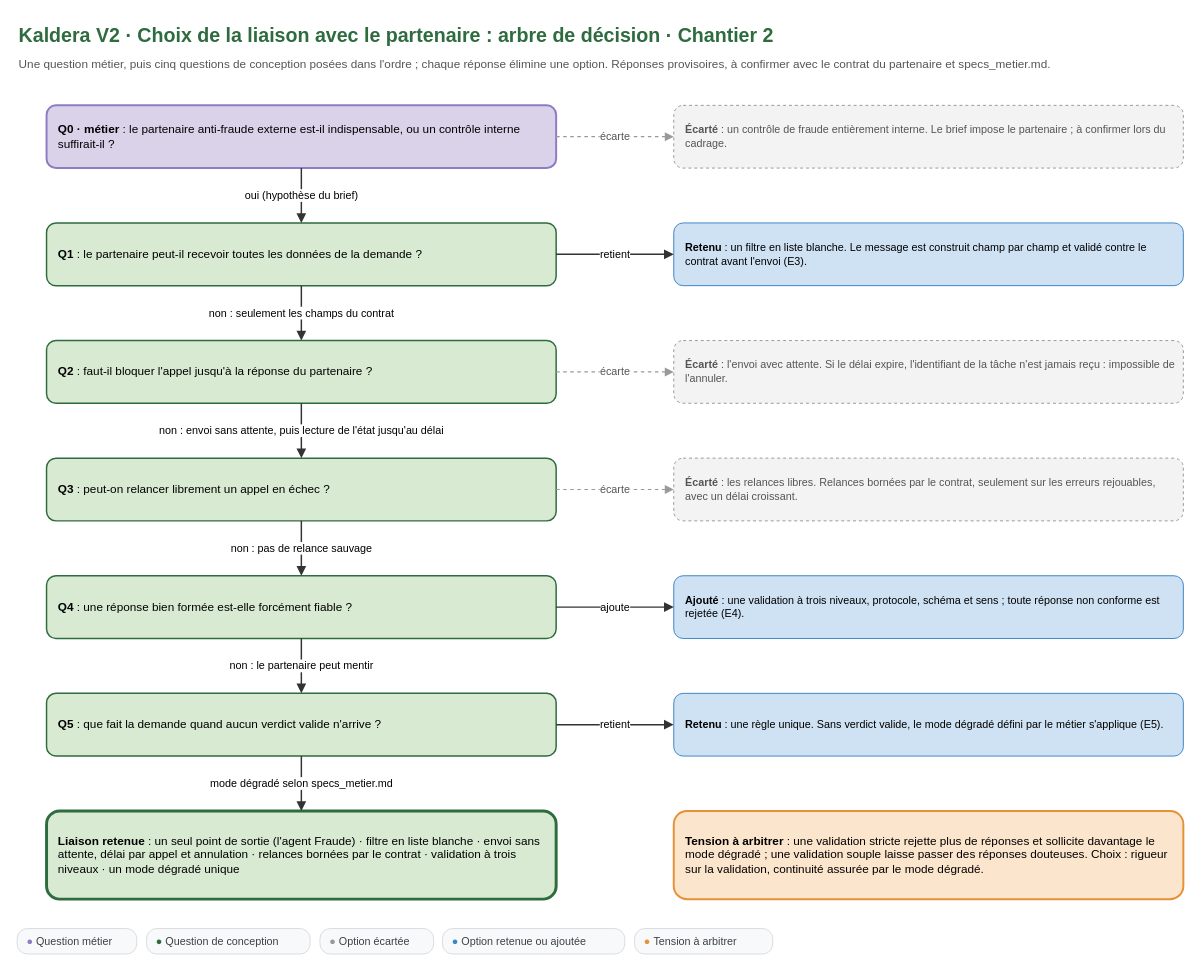
Earlier version of the draw.io diagram schemas/schema-4-arbre-liaison-a2a.drawio (Ganda15/kaldera-v2-conception). Source tidied: cells renumbered, new cells numbered last; positions are measured from the earlier drawing's top-left corner, leaving out a move shared by most shapes. Both pictures are drawn from the tidied source at 98%, with x=0, y=0 at pixel (17, 17).
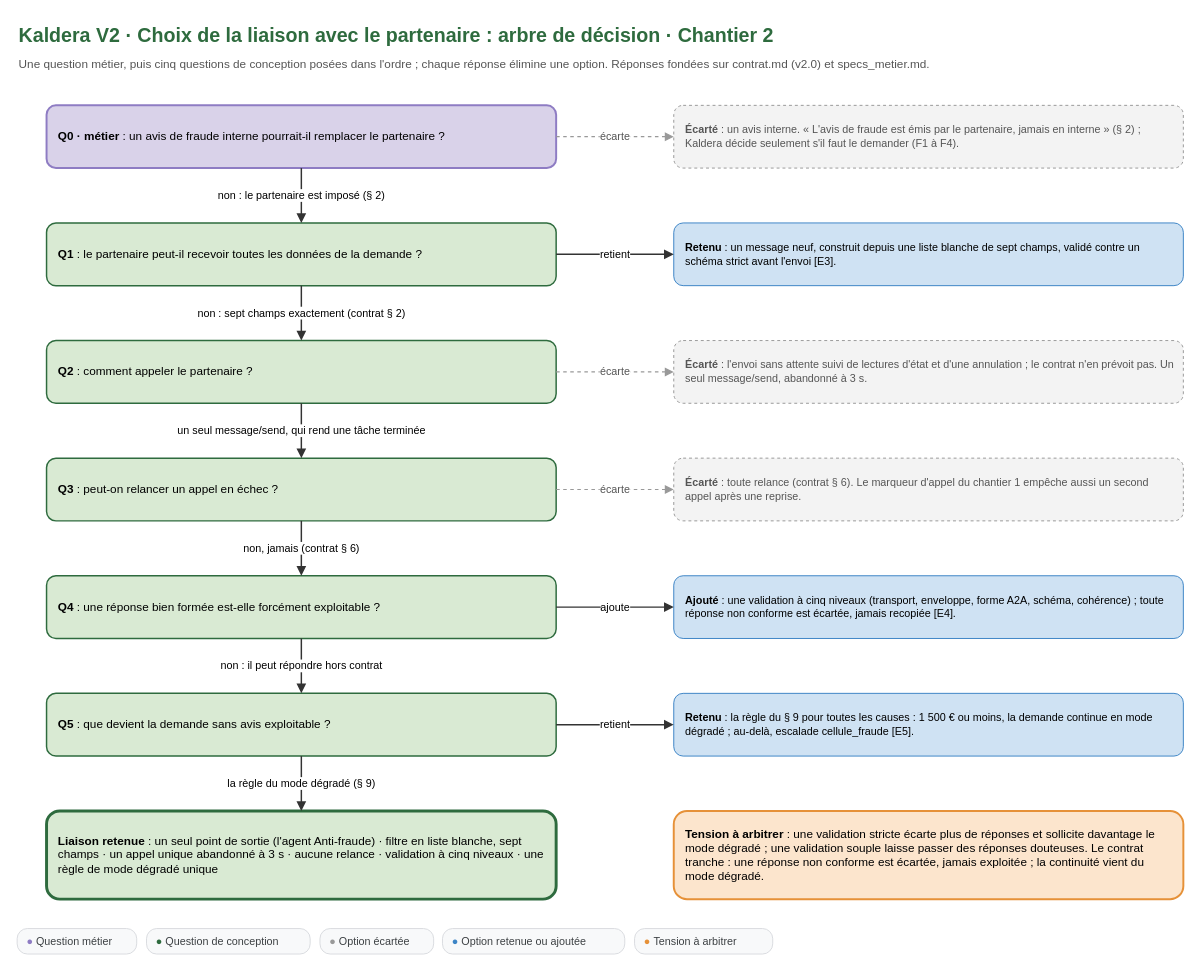
Above is the later version.

Commit message (it also covers changes not shown here):
docs(chantier 2): reponses fondees sur le contrat du partenaire v2.0

The change refers to these unchanged cells:
```xml
<mxCell id="7" value="&lt;b&gt;Q1&lt;/b&gt; : le partenaire peut-il recevoir toutes les données de la demande ?" style="whiteSpace=wrap;html=1;fontFamily=Arial;fontSize=12;align=left;spacingLeft=10;spacingRight=8;verticalAlign=top;spacingTop=6;verticalAlign=middle;spacingTop=0;rounded=1;fillColor=#d9ead3;strokeColor=#2E6B3E;strokeWidth=1.5;" parent="1" vertex="1">
  <mxGeometry x="30" y="210" width="520" height="64" as="geometry" />
</mxCell>
```

Change to the diagram source:
```diff
@@
-    <mxCell id="3" value="Une question métier, puis cinq questions de conception posées dans l'ordre ; chaque réponse élimine une option. Réponses provisoires, à confirmer avec le contrat du partenaire et specs_metier.md." style="text;html=1;fontFamily=Arial;fontSize=12;fontColor=#555555;align=left;verticalAlign=top;whiteSpace=wrap;" parent="1" vertex="1">
+    <mxCell id="3" value="Une question métier, puis cinq questions de conception posées dans l'ordre ; chaque réponse élimine une option. Réponses fondées sur contrat.md (v2.0) et specs_metier.md." style="text;html=1;fontFamily=Arial;fontSize=12;fontColor=#555555;align=left;verticalAlign=top;whiteSpace=wrap;" parent="1" vertex="1">
       <mxGeometry y="34" width="1180" height="22" as="geometry" />
     </mxCell>
-    <mxCell id="4" value="&lt;b&gt;Q0 · métier&lt;/b&gt; : le partenaire anti-fraude externe est-il indispensable, ou un contrôle interne suffirait-il ?" style="whiteSpace=wrap;html=1;fontFamily=Arial;fontSize=12;align=left;spacingLeft=10;spacingRight=8;verticalAlign=top;spacingTop=6;verticalAlign=middle;spacingTop=0;rounded=1;fillColor=#d9d2e9;strokeColor=#8e7cc3;strokeWidth=2;" parent="1" vertex="1">
+    <mxCell id="4" value="&lt;b&gt;Q0 · métier&lt;/b&gt; : un avis de fraude interne pourrait-il remplacer le partenaire ?" style="whiteSpace=wrap;html=1;fontFamily=Arial;fontSize=12;align=left;spacingLeft=10;spacingRight=8;verticalAlign=top;spacingTop=6;verticalAlign=middle;spacingTop=0;rounded=1;fillColor=#d9d2e9;strokeColor=#8e7cc3;strokeWidth=2;" parent="1" vertex="1">
       <mxGeometry x="30" y="90" width="520" height="64" as="geometry" />
     </mxCell>
-    <mxCell id="5" value="&lt;b&gt;Écarté&lt;/b&gt; : un contrôle de fraude entièrement interne. Le brief impose le partenaire ; à confirmer lors du cadrage." style="whiteSpace=wrap;html=1;fontFamily=Arial;fontSize=12;align=left;spacingLeft=10;spacingRight=8;verticalAlign=top;spacingTop=6;verticalAlign=middle;spacingTop=0;rounded=1;fillColor=#f3f3f3;strokeColor=#999999;dashed=1;fontColor=#555555;fontSize=11;" parent="1" vertex="1">
+    <mxCell id="5" value="&lt;b&gt;Écarté&lt;/b&gt; : un avis interne. « L'avis de fraude est émis par le partenaire, jamais en interne » (§ 2) ; Kaldera décide seulement s'il faut le demander (F1 à F4)." style="whiteSpace=wrap;html=1;fontFamily=Arial;fontSize=12;align=left;spacingLeft=10;spacingRight=8;verticalAlign=top;spacingTop=6;verticalAlign=middle;spacingTop=0;rounded=1;fillColor=#f3f3f3;strokeColor=#999999;dashed=1;fontColor=#555555;fontSize=11;" parent="1" vertex="1">
       <mxGeometry x="670" y="90" width="520" height="64" as="geometry" />
     </mxCell>
@@
-    <mxCell id="8" value="&lt;b&gt;Retenu&lt;/b&gt; : un filtre en liste blanche. Le message est construit champ par champ et validé contre le contrat avant l'envoi (E3)." style="whiteSpace=wrap;html=1;fontFamily=Arial;fontSize=12;align=left;spacingLeft=10;spacingRight=8;verticalAlign=top;spacingTop=6;verticalAlign=middle;spacingTop=0;rounded=1;fillColor=#cfe2f3;strokeColor=#3d85c6;fontSize=11;" parent="1" vertex="1">
+    <mxCell id="8" value="&lt;b&gt;Retenu&lt;/b&gt; : un message neuf, construit depuis une liste blanche de sept champs, validé contre un schéma strict avant l'envoi [E3]." style="whiteSpace=wrap;html=1;fontFamily=Arial;fontSize=12;align=left;spacingLeft=10;spacingRight=8;verticalAlign=top;spacingTop=6;verticalAlign=middle;spacingTop=0;rounded=1;fillColor=#cfe2f3;strokeColor=#3d85c6;fontSize=11;" parent="1" vertex="1">
       <mxGeometry x="670" y="210" width="520" height="64" as="geometry" />
     </mxCell>
@@
-    <mxCell id="10" value="&lt;b&gt;Q2&lt;/b&gt; : faut-il bloquer l'appel jusqu'à la réponse du partenaire ?" style="whiteSpace=wrap;html=1;fontFamily=Arial;fontSize=12;align=left;spacingLeft=10;spacingRight=8;verticalAlign=top;spacingTop=6;verticalAlign=middle;spacingTop=0;rounded=1;fillColor=#d9ead3;strokeColor=#2E6B3E;strokeWidth=1.5;" parent="1" vertex="1">
+    <mxCell id="10" value="&lt;b&gt;Q2&lt;/b&gt; : comment appeler le partenaire ?" style="whiteSpace=wrap;html=1;fontFamily=Arial;fontSize=12;align=left;spacingLeft=10;spacingRight=8;verticalAlign=top;spacingTop=6;verticalAlign=middle;spacingTop=0;rounded=1;fillColor=#d9ead3;strokeColor=#2E6B3E;strokeWidth=1.5;" parent="1" vertex="1">
       <mxGeometry x="30" y="330" width="520" height="64" as="geometry" />
     </mxCell>
-    <mxCell id="11" value="&lt;b&gt;Écarté&lt;/b&gt; : l'envoi avec attente. Si le délai expire, l'identifiant de la tâche n'est jamais reçu : impossible de l'annuler." style="whiteSpace=wrap;html=1;fontFamily=Arial;fontSize=12;align=left;spacingLeft=10;spacingRight=8;verticalAlign=top;spacingTop=6;verticalAlign=middle;spacingTop=0;rounded=1;fillColor=#f3f3f3;strokeColor=#999999;dashed=1;fontColor=#555555;fontSize=11;" parent="1" vertex="1">
+    <mxCell id="11" value="&lt;b&gt;Écarté&lt;/b&gt; : l'envoi sans attente suivi de lectures d'état et d'une annulation ; le contrat n'en prévoit pas. Un seul message/send, abandonné à 3 s." style="whiteSpace=wrap;html=1;fontFamily=Arial;fontSize=12;align=left;spacingLeft=10;spacingRight=8;verticalAlign=top;spacingTop=6;verticalAlign=middle;spacingTop=0;rounded=1;fillColor=#f3f3f3;strokeColor=#999999;dashed=1;fontColor=#555555;fontSize=11;" parent="1" vertex="1">
       <mxGeometry x="670" y="330" width="520" height="64" as="geometry" />
     </mxCell>
@@
-    <mxCell id="13" value="&lt;b&gt;Q3&lt;/b&gt; : peut-on relancer librement un appel en échec ?" style="whiteSpace=wrap;html=1;fontFamily=Arial;fontSize=12;align=left;spacingLeft=10;spacingRight=8;verticalAlign=top;spacingTop=6;verticalAlign=middle;spacingTop=0;rounded=1;fillColor=#d9ead3;strokeColor=#2E6B3E;strokeWidth=1.5;" parent="1" vertex="1">
+    <mxCell id="13" value="&lt;b&gt;Q3&lt;/b&gt; : peut-on relancer un appel en échec ?" style="whiteSpace=wrap;html=1;fontFamily=Arial;fontSize=12;align=left;spacingLeft=10;spacingRight=8;verticalAlign=top;spacingTop=6;verticalAlign=middle;spacingTop=0;rounded=1;fillColor=#d9ead3;strokeColor=#2E6B3E;strokeWidth=1.5;" parent="1" vertex="1">
       <mxGeometry x="30" y="450" width="520" height="64" as="geometry" />
     </mxCell>
-    <mxCell id="14" value="&lt;b&gt;Écarté&lt;/b&gt; : les relances libres. Relances bornées par le contrat, seulement sur les erreurs rejouables, avec un délai croissant." style="whiteSpace=wrap;html=1;fontFamily=Arial;fontSize=12;align=left;spacingLeft=10;spacingRight=8;verticalAlign=top;spacingTop=6;verticalAlign=middle;spacingTop=0;rounded=1;fillColor=#f3f3f3;strokeColor=#999999;dashed=1;fontColor=#555555;fontSize=11;" parent="1" vertex="1">
+    <mxCell id="14" value="&lt;b&gt;Écarté&lt;/b&gt; : toute relance (contrat § 6). Le marqueur d'appel du chantier 1 empêche aussi un second appel après une reprise." style="whiteSpace=wrap;html=1;fontFamily=Arial;fontSize=12;align=left;spacingLeft=10;spacingRight=8;verticalAlign=top;spacingTop=6;verticalAlign=middle;spacingTop=0;rounded=1;fillColor=#f3f3f3;strokeColor=#999999;dashed=1;fontColor=#555555;fontSize=11;" parent="1" vertex="1">
       <mxGeometry x="670" y="450" width="520" height="64" as="geometry" />
     </mxCell>
@@
-    <mxCell id="16" value="&lt;b&gt;Q4&lt;/b&gt; : une réponse bien formée est-elle forcément fiable ?" style="whiteSpace=wrap;html=1;fontFamily=Arial;fontSize=12;align=left;spacingLeft=10;spacingRight=8;verticalAlign=top;spacingTop=6;verticalAlign=middle;spacingTop=0;rounded=1;fillColor=#d9ead3;strokeColor=#2E6B3E;strokeWidth=1.5;" parent="1" vertex="1">
+    <mxCell id="16" value="&lt;b&gt;Q4&lt;/b&gt; : une réponse bien formée est-elle forcément exploitable ?" style="whiteSpace=wrap;html=1;fontFamily=Arial;fontSize=12;align=left;spacingLeft=10;spacingRight=8;verticalAlign=top;spacingTop=6;verticalAlign=middle;spacingTop=0;rounded=1;fillColor=#d9ead3;strokeColor=#2E6B3E;strokeWidth=1.5;" parent="1" vertex="1">
       <mxGeometry x="30" y="570" width="520" height="64" as="geometry" />
     </mxCell>
-    <mxCell id="17" value="&lt;b&gt;Ajouté&lt;/b&gt; : une validation à trois niveaux, protocole, schéma et sens ; toute réponse non conforme est rejetée (E4)." style="whiteSpace=wrap;html=1;fontFamily=Arial;fontSize=12;align=left;spacingLeft=10;spacingRight=8;verticalAlign=top;spacingTop=6;verticalAlign=middle;spacingTop=0;rounded=1;fillColor=#cfe2f3;strokeColor=#3d85c6;fontSize=11;" parent="1" vertex="1">
+    <mxCell id="17" value="&lt;b&gt;Ajouté&lt;/b&gt; : une validation à cinq niveaux (transport, enveloppe, forme A2A, schéma, cohérence) ; toute réponse non conforme est écartée, jamais recopiée [E4]." style="whiteSpace=wrap;html=1;fontFamily=Arial;fontSize=12;align=left;spacingLeft=10;spacingRight=8;verticalAlign=top;spacingTop=6;verticalAlign=middle;spacingTop=0;rounded=1;fillColor=#cfe2f3;strokeColor=#3d85c6;fontSize=11;" parent="1" vertex="1">
       <mxGeometry x="670" y="570" width="520" height="64" as="geometry" />
     </mxCell>
@@
-    <mxCell id="19" value="&lt;b&gt;Q5&lt;/b&gt; : que fait la demande quand aucun verdict valide n'arrive ?" style="whiteSpace=wrap;html=1;fontFamily=Arial;fontSize=12;align=left;spacingLeft=10;spacingRight=8;verticalAlign=top;spacingTop=6;verticalAlign=middle;spacingTop=0;rounded=1;fillColor=#d9ead3;strokeColor=#2E6B3E;strokeWidth=1.5;" parent="1" vertex="1">
+    <mxCell id="19" value="&lt;b&gt;Q5&lt;/b&gt; : que devient la demande sans avis exploitable ?" style="whiteSpace=wrap;html=1;fontFamily=Arial;fontSize=12;align=left;spacingLeft=10;spacingRight=8;verticalAlign=top;spacingTop=6;verticalAlign=middle;spacingTop=0;rounded=1;fillColor=#d9ead3;strokeColor=#2E6B3E;strokeWidth=1.5;" parent="1" vertex="1">
       <mxGeometry x="30" y="690" width="520" height="64" as="geometry" />
     </mxCell>
-    <mxCell id="20" value="&lt;b&gt;Retenu&lt;/b&gt; : une règle unique. Sans verdict valide, le mode dégradé défini par le métier s'applique (E5)." style="whiteSpace=wrap;html=1;fontFamily=Arial;fontSize=12;align=left;spacingLeft=10;spacingRight=8;verticalAlign=top;spacingTop=6;verticalAlign=middle;spacingTop=0;rounded=1;fillColor=#cfe2f3;strokeColor=#3d85c6;fontSize=11;" parent="1" vertex="1">
+    <mxCell id="20" value="&lt;b&gt;Retenu&lt;/b&gt; : la règle du § 9 pour toutes les causes : 1 500 € ou moins, la demande continue en mode dégradé ; au-delà, escalade cellule_fraude [E5]." style="whiteSpace=wrap;html=1;fontFamily=Arial;fontSize=12;align=left;spacingLeft=10;spacingRight=8;verticalAlign=top;spacingTop=6;verticalAlign=middle;spacingTop=0;rounded=1;fillColor=#cfe2f3;strokeColor=#3d85c6;fontSize=11;" parent="1" vertex="1">
       <mxGeometry x="670" y="690" width="520" height="64" as="geometry" />
     </mxCell>
@@
-    <mxCell id="22" value="&lt;b&gt;Liaison retenue&lt;/b&gt; : un seul point de sortie (l'agent Fraude) · filtre en liste blanche · envoi sans attente, délai par appel et annulation · relances bornées par le contrat · validation à trois niveaux · un mode dégradé unique" style="whiteSpace=wrap;html=1;fontFamily=Arial;fontSize=12;align=left;spacingLeft=10;spacingRight=8;verticalAlign=top;spacingTop=6;verticalAlign=middle;spacingTop=0;rounded=1;fillColor=#d9ead3;strokeColor=#2E6B3E;strokeWidth=3;" parent="1" vertex="1">
+    <mxCell id="22" value="&lt;b&gt;Liaison retenue&lt;/b&gt; : un seul point de sortie (l'agent Anti-fraude) · filtre en liste blanche, sept champs · un appel unique abandonné à 3 s · aucune relance · validation à cinq niveaux · une règle de mode dégradé unique" style="whiteSpace=wrap;html=1;fontFamily=Arial;fontSize=12;align=left;spacingLeft=10;spacingRight=8;verticalAlign=top;spacingTop=6;verticalAlign=middle;spacingTop=0;rounded=1;fillColor=#d9ead3;strokeColor=#2E6B3E;strokeWidth=3;" parent="1" vertex="1">
       <mxGeometry x="30" y="810" width="520" height="90" as="geometry" />
     </mxCell>
-    <mxCell id="23" value="oui (hypothèse du brief)" style="edgeStyle=orthogonalEdgeStyle;rounded=1;html=1;fontFamily=Arial;fontSize=11;labelBackgroundColor=#ffffff;endArrow=block;endFill=1;strokeColor=#333333;strokeWidth=1.5;exitX=0.5;exitY=1;exitDx=0;exitDy=0;entryX=0.5;entryY=0;entryDx=0;entryDy=0;" parent="1" edge="1" source="4" target="7">
+    <mxCell id="23" value="non : le partenaire est imposé (§ 2)" style="edgeStyle=orthogonalEdgeStyle;rounded=1;html=1;fontFamily=Arial;fontSize=11;labelBackgroundColor=#ffffff;endArrow=block;endFill=1;strokeColor=#333333;strokeWidth=1.5;exitX=0.5;exitY=1;exitDx=0;exitDy=0;entryX=0.5;entryY=0;entryDx=0;entryDy=0;" parent="1" edge="1" source="4" target="7">
       <mxGeometry relative="1" as="geometry" />
     </mxCell>
-    <mxCell id="24" value="non : seulement les champs du contrat" style="edgeStyle=orthogonalEdgeStyle;rounded=1;html=1;fontFamily=Arial;fontSize=11;labelBackgroundColor=#ffffff;endArrow=block;endFill=1;strokeColor=#333333;strokeWidth=1.5;exitX=0.5;exitY=1;exitDx=0;exitDy=0;entryX=0.5;entryY=0;entryDx=0;entryDy=0;" parent="1" edge="1" source="7" target="10">
+    <mxCell id="24" value="non : sept champs exactement (contrat § 2)" style="edgeStyle=orthogonalEdgeStyle;rounded=1;html=1;fontFamily=Arial;fontSize=11;labelBackgroundColor=#ffffff;endArrow=block;endFill=1;strokeColor=#333333;strokeWidth=1.5;exitX=0.5;exitY=1;exitDx=0;exitDy=0;entryX=0.5;entryY=0;entryDx=0;entryDy=0;" parent="1" edge="1" source="7" target="10">
       <mxGeometry relative="1" as="geometry" />
     </mxCell>
-    <mxCell id="25" value="non : envoi sans attente, puis lecture de l'état jusqu'au délai" style="edgeStyle=orthogonalEdgeStyle;rounded=1;html=1;fontFamily=Arial;fontSize=11;labelBackgroundColor=#ffffff;endArrow=block;endFill=1;strokeColor=#333333;strokeWidth=1.5;exitX=0.5;exitY=1;exitDx=0;exitDy=0;entryX=0.5;entryY=0;entryDx=0;entryDy=0;" parent="1" edge="1" source="10" target="13">
+    <mxCell id="25" value="un seul message/send, qui rend une tâche terminée" style="edgeStyle=orthogonalEdgeStyle;rounded=1;html=1;fontFamily=Arial;fontSize=11;labelBackgroundColor=#ffffff;endArrow=block;endFill=1;strokeColor=#333333;strokeWidth=1.5;exitX=0.5;exitY=1;exitDx=0;exitDy=0;entryX=0.5;entryY=0;entryDx=0;entryDy=0;" parent="1" edge="1" source="10" target="13">
       <mxGeometry relative="1" as="geometry" />
     </mxCell>
-    <mxCell id="26" value="non : pas de relance sauvage" style="edgeStyle=orthogonalEdgeStyle;rounded=1;html=1;fontFamily=Arial;fontSize=11;labelBackgroundColor=#ffffff;endArrow=block;endFill=1;strokeColor=#333333;strokeWidth=1.5;exitX=0.5;exitY=1;exitDx=0;exitDy=0;entryX=0.5;entryY=0;entryDx=0;entryDy=0;" parent="1" edge="1" source="13" target="16">
+    <mxCell id="26" value="non, jamais (contrat § 6)" style="edgeStyle=orthogonalEdgeStyle;rounded=1;html=1;fontFamily=Arial;fontSize=11;labelBackgroundColor=#ffffff;endArrow=block;endFill=1;strokeColor=#333333;strokeWidth=1.5;exitX=0.5;exitY=1;exitDx=0;exitDy=0;entryX=0.5;entryY=0;entryDx=0;entryDy=0;" parent="1" edge="1" source="13" target="16">
       <mxGeometry relative="1" as="geometry" />
     </mxCell>
-    <mxCell id="27" value="non : le partenaire peut mentir" style="edgeStyle=orthogonalEdgeStyle;rounded=1;html=1;fontFamily=Arial;fontSize=11;labelBackgroundColor=#ffffff;endArrow=block;endFill=1;strokeColor=#333333;strokeWidth=1.5;exitX=0.5;exitY=1;exitDx=0;exitDy=0;entryX=0.5;entryY=0;entryDx=0;entryDy=0;" parent="1" edge="1" source="16" target="19">
+    <mxCell id="27" value="non : il peut répondre hors contrat" style="edgeStyle=orthogonalEdgeStyle;rounded=1;html=1;fontFamily=Arial;fontSize=11;labelBackgroundColor=#ffffff;endArrow=block;endFill=1;strokeColor=#333333;strokeWidth=1.5;exitX=0.5;exitY=1;exitDx=0;exitDy=0;entryX=0.5;entryY=0;entryDx=0;entryDy=0;" parent="1" edge="1" source="16" target="19">
       <mxGeometry relative="1" as="geometry" />
     </mxCell>
-    <mxCell id="28" value="mode dégradé selon specs_metier.md" style="edgeStyle=orthogonalEdgeStyle;rounded=1;html=1;fontFamily=Arial;fontSize=11;labelBackgroundColor=#ffffff;endArrow=block;endFill=1;strokeColor=#333333;strokeWidth=1.5;exitX=0.5;exitY=1;exitDx=0;exitDy=0;entryX=0.5;entryY=0;entryDx=0;entryDy=0;" parent="1" edge="1" source="19" target="22">
+    <mxCell id="28" value="la règle du mode dégradé (§ 9)" style="edgeStyle=orthogonalEdgeStyle;rounded=1;html=1;fontFamily=Arial;fontSize=11;labelBackgroundColor=#ffffff;endArrow=block;endFill=1;strokeColor=#333333;strokeWidth=1.5;exitX=0.5;exitY=1;exitDx=0;exitDy=0;entryX=0.5;entryY=0;entryDx=0;entryDy=0;" parent="1" edge="1" source="19" target="22">
       <mxGeometry relative="1" as="geometry" />
     </mxCell>
-    <mxCell id="29" value="&lt;b&gt;Tension à arbitrer&lt;/b&gt; : une validation stricte rejette plus de réponses et sollicite davantage le mode dégradé ; une validation souple laisse passer des réponses douteuses. Choix : rigueur sur la validation, continuité assurée par le mode dégradé." style="whiteSpace=wrap;html=1;fontFamily=Arial;fontSize=12;align=left;spacingLeft=10;spacingRight=8;verticalAlign=top;spacingTop=6;rounded=1;fillColor=#fce5cd;strokeColor=#e69138;strokeWidth=2;verticalAlign=middle;spacingTop=0;" parent="1" vertex="1">
+    <mxCell id="29" value="&lt;b&gt;Tension à arbitrer&lt;/b&gt; : une validation stricte écarte plus de réponses et sollicite davantage le mode dégradé ; une validation souple laisse passer des réponses douteuses. Le contrat tranche : une réponse non conforme est écartée, jamais exploitée ; la continuité vient du mode dégradé." style="whiteSpace=wrap;html=1;fontFamily=Arial;fontSize=12;align=left;spacingLeft=10;spacingRight=8;verticalAlign=top;spacingTop=6;rounded=1;fillColor=#fce5cd;strokeColor=#e69138;strokeWidth=2;verticalAlign=middle;spacingTop=0;" parent="1" vertex="1">
       <mxGeometry x="670" y="810" width="520" height="90" as="geometry" />
     </mxCell>
```
